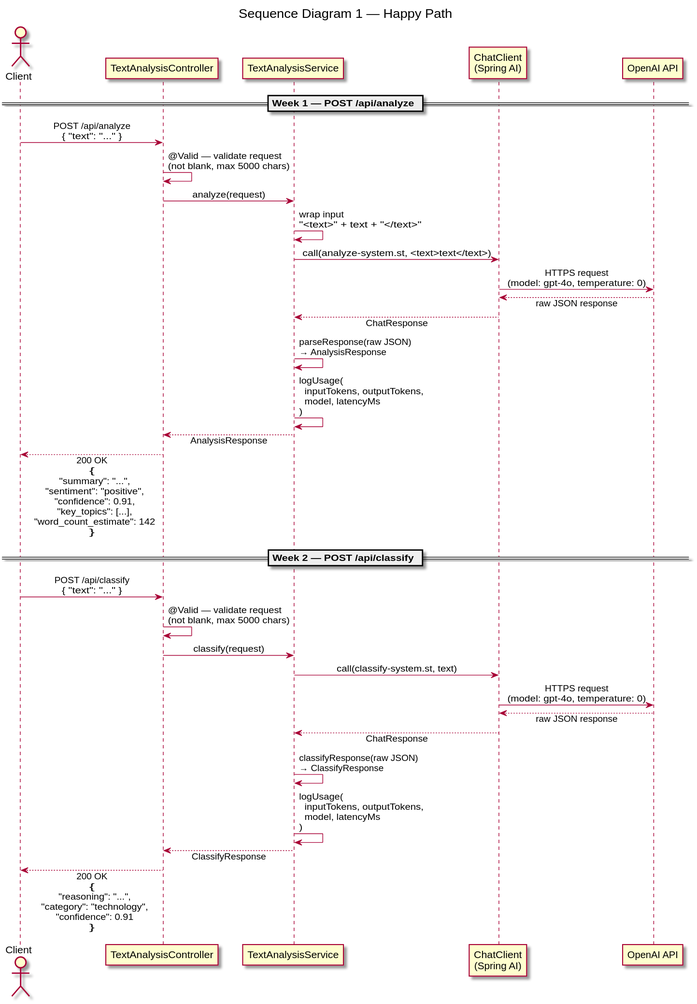
Buffden/ai-text-intelligence-dashboard keeps this PlantUML diagram as diagrams/docs/sequence-happy-path.svg. Above is the earlier version.
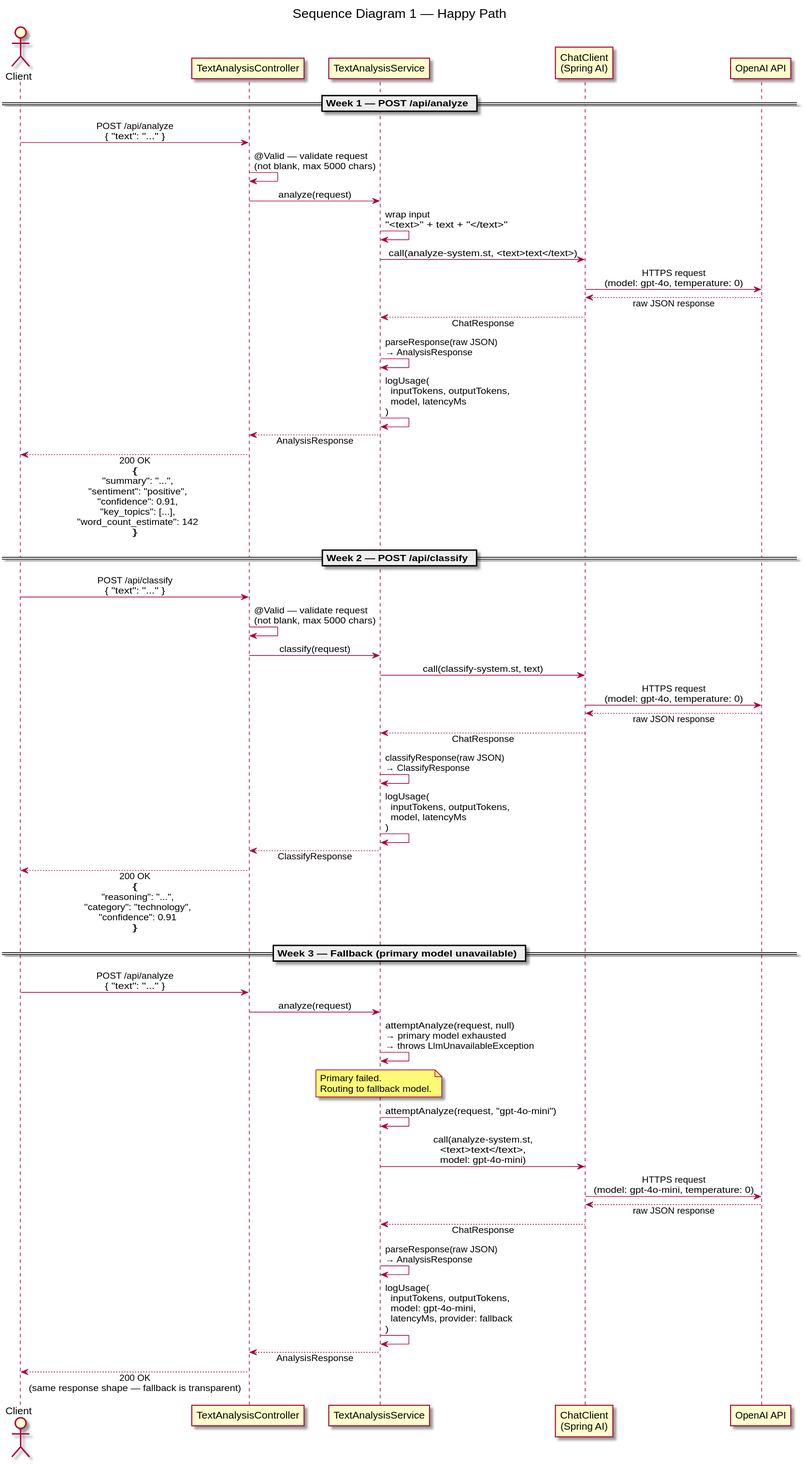
The same diagram one commit later.

The edit, as a diff of the source:
```diff
@@ -61,4 +61,32 @@
 
 Controller --> Client : 200 OK\n{\n  "reasoning": "...",\n  "category": "technology",\n  "confidence": 0.91\n}
 
+== Week 3 — Fallback (primary model unavailable) ==
+
+Client -> Controller : POST /api/analyze\n{ "text": "..." }
+
+Controller -> Service : analyze(request)
+
+Service -> Service : attemptAnalyze(request, null)\n→ primary model exhausted\n→ throws LlmUnavailableException
+
+note over Service : Primary failed.\nRouting to fallback model.
+
+Service -> Service : attemptAnalyze(request, "gpt-4o-mini")
+
+Service -> ChatClient : call(analyze-system.st,\n<text>text</text>,\nmodel: gpt-4o-mini)
+
+ChatClient -> OpenAI : HTTPS request\n(model: gpt-4o-mini, temperature: 0)
+
+OpenAI --> ChatClient : raw JSON response
+
+ChatClient --> Service : ChatResponse
+
+Service -> Service : parseResponse(raw JSON)\n→ AnalysisResponse
+
+Service -> Service : logUsage(\n  inputTokens, outputTokens,\n  model: gpt-4o-mini,\n  latencyMs, provider: fallback\n)
+
+Service --> Controller : AnalysisResponse
+
+Controller --> Client : 200 OK\n(same response shape — fallback is transparent)
+
 @enduml
```
